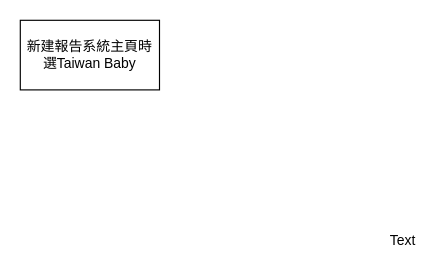
This is Untitled Diagram.drawio from liu-jia-hao/workflow, a draw.io file, before an edit. Source tidied: cells renumbered, new cells numbered last; positions are measured from the earlier drawing's top-left corner, leaving out a move shared by most shapes. Both pictures are drawn from the tidied source at 116%, with x=0, y=0 at pixel (20, 20).
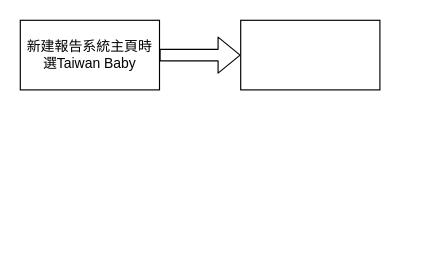
The same diagram, later.

The edit, as a diff of the source:
```diff
@@
 <mxGraphModel>
   <root>
     <mxCell id="0" />
     <mxCell id="1" parent="0" />
-    <mxCell id="2" value="Text" style="text;html=1;strokeColor=none;fillColor=none;align=center;verticalAlign=middle;whiteSpace=wrap;rounded=0;" parent="1" vertex="1">
-      <mxGeometry x="310" y="180" width="40" height="20" as="geometry" />
-    </mxCell>
     <mxCell id="3" value="新建報告系統主頁時選Taiwan Baby" style="rounded=0;whiteSpace=wrap;html=1;" parent="1" vertex="1">
       <mxGeometry width="120" height="60" as="geometry" />
     </mxCell>
+    <mxCell id="4" style="shape=flexArrow;endArrow=classic;html=1;exitX=1;exitY=0.5;exitDx=0;exitDy=0;" parent="1" edge="1" source="3">
+      <mxGeometry relative="1" as="geometry">
+        <mxPoint x="190" y="30" as="targetPoint" />
+      </mxGeometry>
+    </mxCell>
+    <mxCell id="5" style="rounded=0;whiteSpace=wrap;html=1;" parent="1" vertex="1">
+      <mxGeometry x="190" width="120" height="60" as="geometry" />
+    </mxCell>
   </root>
 </mxGraphModel>
```
